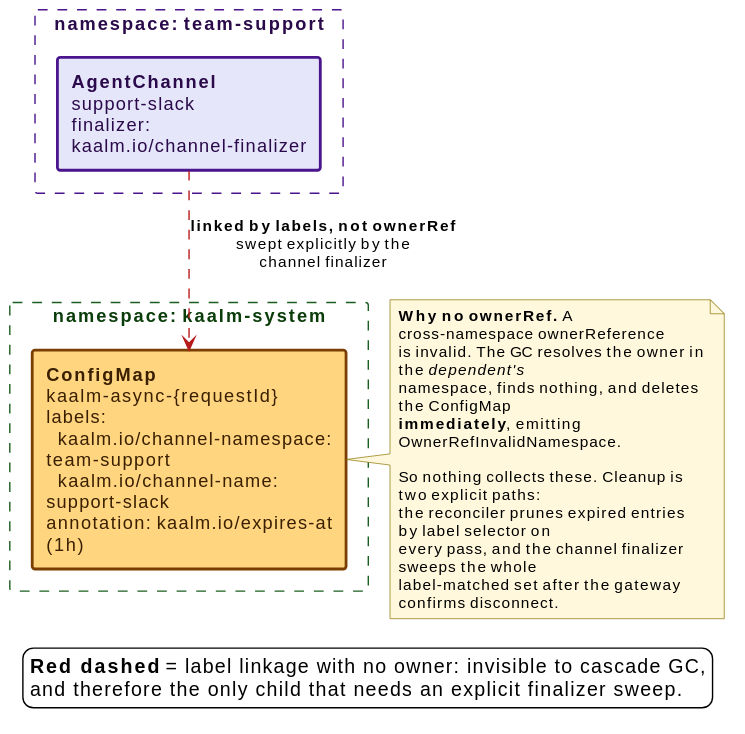
The PlantUML diagram docs/src/diagrams/child-resource-ownership-async.svg in win07xp/kaalm, before a commit. Source of this version:
```plantuml
@startuml
!include _style.puml

skinparam nodesep 18
skinparam ranksep 40
skinparam rectangle {
  roundCorner 4
}

rectangle "namespace: **team-support**" as nsuser #line:4A148C;line.dashed;text:2a0a4a {
  rectangle "**AgentChannel**\nsupport-slack\nfinalizer: kaalm.io/channel-finalizer" as chan #back:E6E6FA;line:4A148C;line.bold;text:2a0a4a
}

rectangle "namespace: **kaalm-system**" as nssys #line:1B5E20;line.dashed;text:0b3d0b {
  rectangle "**ConfigMap** kaalm-async-{requestId}\nlabels:\n  kaalm.io/channel-namespace: team-support\n  kaalm.io/channel-name: support-slack\nannotation: kaalm.io/expires-at (1h)" as cm #back:FFD580;line:7a3f00;line.bold;text:3a1f00
}

chan -[#B71C1C,dashed]-> cm : **linked by labels, not ownerRef**\nswept explicitly by the\nchannel finalizer

note right of cm
  **Why no ownerRef.** A cross-namespace ownerReference
  is invalid. The GC resolves the owner in the //dependent's//
  namespace, finds nothing, and deletes the ConfigMap
  **immediately**, emitting OwnerRefInvalidNamespace.

  So nothing collects these. Cleanup is two explicit paths:
  the reconciler prunes expired entries by label selector on
  every pass, and the channel finalizer sweeps the whole
  label-matched set after the gateway confirms disconnect.
end note

legend bottom
  **Red dashed** = label linkage with no owner: invisible to cascade GC,
  and therefore the only child that needs an explicit finalizer sweep.
endlegend
@enduml
```
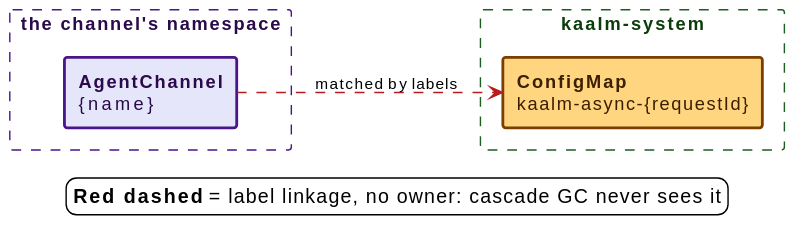
After the commit.

What changed in the source:
```diff
@@ -1,36 +1,24 @@
 @startuml
 !include _style.puml
+left to right direction
 
 skinparam nodesep 18
-skinparam ranksep 40
+skinparam ranksep 60
 skinparam rectangle {
   roundCorner 4
 }
 
-rectangle "namespace: **team-support**" as nsuser #line:4A148C;line.dashed;text:2a0a4a {
-  rectangle "**AgentChannel**\nsupport-slack\nfinalizer: kaalm.io/channel-finalizer" as chan #back:E6E6FA;line:4A148C;line.bold;text:2a0a4a
+rectangle "the channel's namespace" as nsuser #line:4A148C;line.dashed;text:2a0a4a {
+  rectangle "**AgentChannel**\n{name}" as chan #back:E6E6FA;line:4A148C;line.bold;text:2a0a4a
 }
 
-rectangle "namespace: **kaalm-system**" as nssys #line:1B5E20;line.dashed;text:0b3d0b {
-  rectangle "**ConfigMap** kaalm-async-{requestId}\nlabels:\n  kaalm.io/channel-namespace: team-support\n  kaalm.io/channel-name: support-slack\nannotation: kaalm.io/expires-at (1h)" as cm #back:FFD580;line:7a3f00;line.bold;text:3a1f00
+rectangle "kaalm-system" as nssys #line:1B5E20;line.dashed;text:0b3d0b {
+  rectangle "**ConfigMap**\nkaalm-async-{requestId}" as cm #back:FFD580;line:7a3f00;line.bold;text:3a1f00
 }
 
-chan -[#B71C1C,dashed]-> cm : **linked by labels, not ownerRef**\nswept explicitly by the\nchannel finalizer
-
-note right of cm
-  **Why no ownerRef.** A cross-namespace ownerReference
-  is invalid. The GC resolves the owner in the //dependent's//
-  namespace, finds nothing, and deletes the ConfigMap
-  **immediately**, emitting OwnerRefInvalidNamespace.
-
-  So nothing collects these. Cleanup is two explicit paths:
-  the reconciler prunes expired entries by label selector on
-  every pass, and the channel finalizer sweeps the whole
-  label-matched set after the gateway confirms disconnect.
-end note
+chan -[#B71C1C,dashed]-> cm : matched by labels
 
 legend bottom
-  **Red dashed** = label linkage with no owner: invisible to cascade GC,
-  and therefore the only child that needs an explicit finalizer sweep.
+  **Red dashed** = label linkage, no owner: cascade GC never sees it
 endlegend
 @enduml
```
